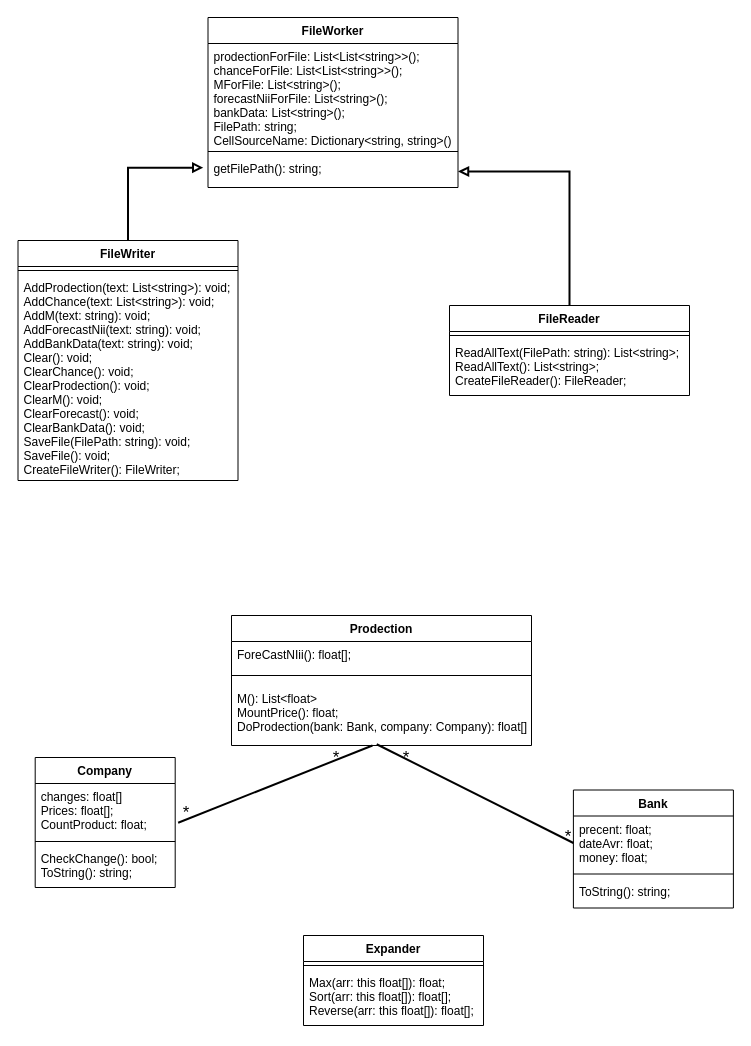
Above: page "Page-1" (1 of 2) of testDrawTree/ClassPrj.drawio in VladislavBakshanskij/CFAS (draw.io), before the change. Source tidied: cells renumbered, new cells numbered last; positions are measured from the earlier drawing's top-left corner, leaving out a move shared by most shapes. Both pictures are drawn from the tidied source at 100%, with x=0, y=0 at pixel (18, 17).
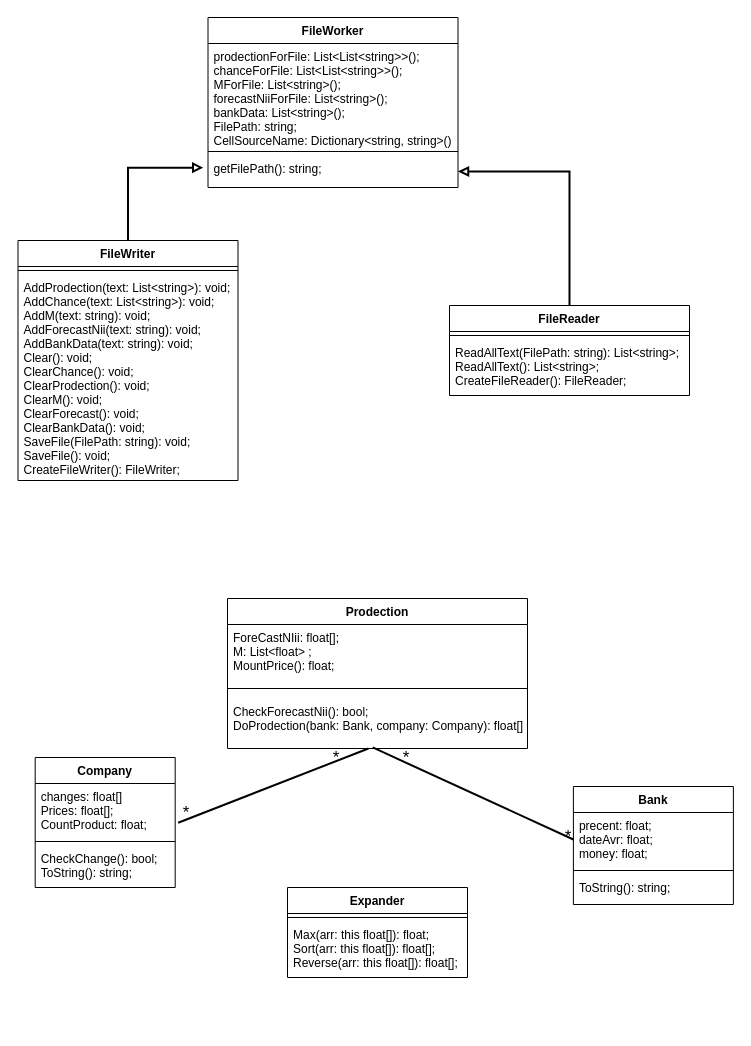
The same page after the edit.

What changed in the source:
```diff
@@
     <mxCell id="18" value="Bank" style="swimlane;fontStyle=1;align=center;verticalAlign=top;horizontal=1;startSize=26;" parent="1" vertex="1">
-      <mxGeometry x="554.9" y="772.5" width="160" height="118" as="geometry" />
+      <mxGeometry x="554.9" y="769" width="160" height="118" as="geometry" />
     </mxCell>
@@
     <mxCell id="22" value="Prodection" style="swimlane;fontStyle=1;align=center;verticalAlign=top;horizontal=1;startSize=26;" parent="1" vertex="1">
-      <mxGeometry x="213" y="598" width="300" height="130" as="geometry" />
+      <mxGeometry x="209" y="581" width="300" height="150" as="geometry" />
     </mxCell>
-    <mxCell id="23" value="ForeCastNIii(): float[];&#10;" style="text;strokeColor=none;fillColor=none;align=left;verticalAlign=top;spacingLeft=4;spacingRight=4;overflow=hidden;" parent="22" vertex="1">
-      <mxGeometry y="26" width="300" height="24" as="geometry" />
+    <mxCell id="23" value="ForeCastNIii: float[];&#10;M: List&lt;float&gt; ;&#10;MountPrice(): float;&#10;" style="text;strokeColor=none;fillColor=none;align=left;verticalAlign=top;spacingLeft=4;spacingRight=4;overflow=hidden;" parent="22" vertex="1">
+      <mxGeometry y="26" width="300" height="54" as="geometry" />
     </mxCell>
     <mxCell id="24" style="line;strokeWidth=1;fillColor=none;align=left;verticalAlign=middle;spacingTop=-1;spacingLeft=3;spacingRight=3;labelPosition=right;" parent="22" vertex="1">
-      <mxGeometry y="50" width="300" height="20" as="geometry" />
+      <mxGeometry y="80" width="300" height="20" as="geometry" />
     </mxCell>
-    <mxCell id="25" value="M(): List&lt;float&gt; &#10;MountPrice(): float;&#10;DoProdection(bank: Bank, company: Company): float[];&#10;" style="text;strokeColor=none;fillColor=none;align=left;verticalAlign=top;spacingLeft=4;spacingRight=4;overflow=hidden;points=[[0,0.5],[1,0.5]];portConstraint=eastwest;" parent="22" vertex="1">
-      <mxGeometry y="70" width="300" height="60" as="geometry" />
+    <mxCell id="25" value="CheckForecastNii(): bool;&#10;DoProdection(bank: Bank, company: Company): float[];&#10;" style="text;strokeColor=none;fillColor=none;align=left;verticalAlign=top;spacingLeft=4;spacingRight=4;overflow=hidden;points=[[0,0.5],[1,0.5]];portConstraint=eastwest;" parent="22" vertex="1">
+      <mxGeometry y="100" width="300" height="50" as="geometry" />
     </mxCell>
@@
     <mxCell id="32" value="Expander&#10;" style="swimlane;fontStyle=1;align=center;verticalAlign=top;horizontal=1;startSize=26;" parent="1" vertex="1">
-      <mxGeometry x="285" y="918" width="180" height="90" as="geometry" />
+      <mxGeometry x="269" y="870" width="180" height="90" as="geometry" />
     </mxCell>
```
